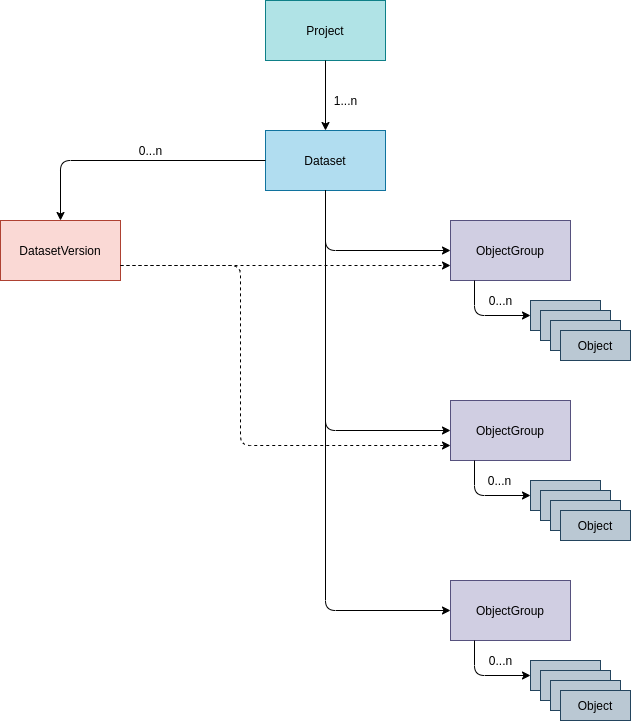
Before: images/SciObjsDB-schema.png, a diagram exported from draw.io (ArunaStorage/documentation). Source tidied: cells renumbered, new cells last; positions are measured from the earlier drawing's top-left corner, leaving out a move shared by most shapes.
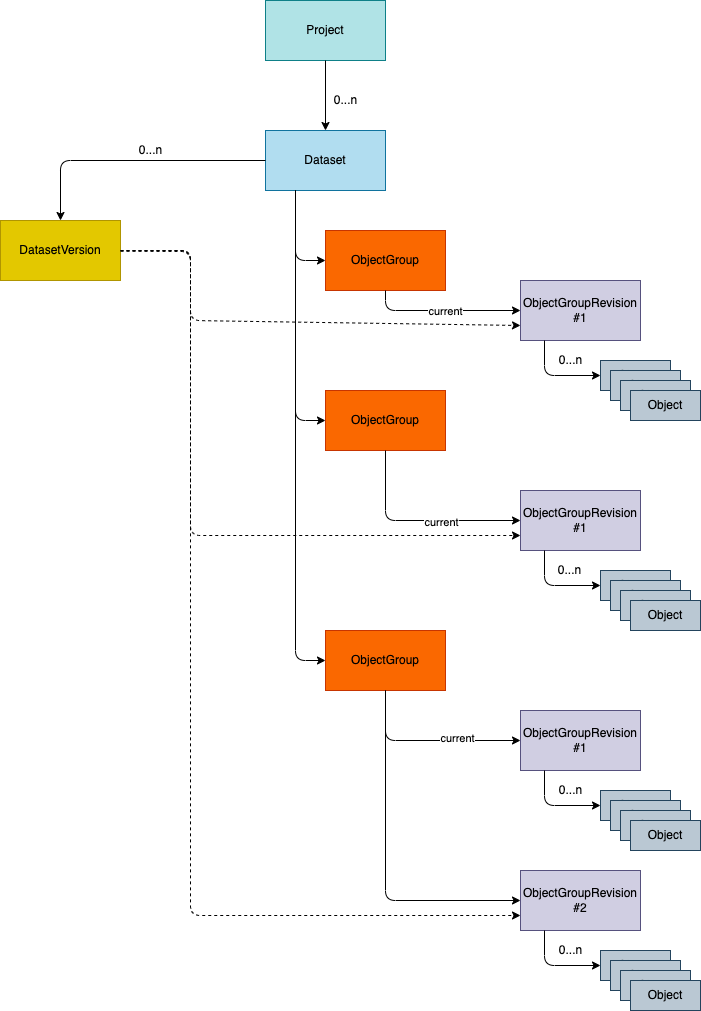
After the commit.

The edit, as a diff of the source:
```diff
@@ -11,108 +11,87 @@
     <mxCell id="4" style="endArrow=classic;html=1;exitX=0.5;exitY=1;exitDx=0;exitDy=0;entryX=0.5;entryY=0;entryDx=0;entryDy=0;" parent="1" edge="1" source="3" target="2">
       <mxGeometry relative="1" as="geometry" />
     </mxCell>
-    <mxCell id="5" value="ObjectGroup" style="rounded=0;whiteSpace=wrap;html=1;fillColor=#d0cee2;strokeColor=#56517e;" parent="1" vertex="1">
-      <mxGeometry x="450" y="220" width="120" height="60" as="geometry" />
+    <mxCell id="5" value="ObjectGroupRevision&lt;br&gt;#1" style="rounded=0;whiteSpace=wrap;html=1;fillColor=#d0cee2;strokeColor=#56517e;" parent="1" vertex="1">
+      <mxGeometry x="520" y="280" width="120" height="60" as="geometry" />
     </mxCell>
-    <mxCell id="6" value="ObjectGroup" style="rounded=0;whiteSpace=wrap;html=1;fillColor=#d0cee2;strokeColor=#56517e;" parent="1" vertex="1">
-      <mxGeometry x="450" y="400" width="120" height="60" as="geometry" />
+    <mxCell id="6" value="ObjectGroupRevision&lt;br&gt;#1" style="rounded=0;whiteSpace=wrap;html=1;fillColor=#d0cee2;strokeColor=#56517e;" parent="1" vertex="1">
+      <mxGeometry x="520" y="490" width="120" height="60" as="geometry" />
     </mxCell>
-    <mxCell id="7" value="ObjectGroup" style="rounded=0;whiteSpace=wrap;html=1;fillColor=#d0cee2;strokeColor=#56517e;" parent="1" vertex="1">
-      <mxGeometry x="450" y="580" width="120" height="60" as="geometry" />
+    <mxCell id="7" value="ObjectGroupRevision&lt;br&gt;#1" style="rounded=0;whiteSpace=wrap;html=1;fillColor=#d0cee2;strokeColor=#56517e;" parent="1" vertex="1">
+      <mxGeometry x="520" y="710" width="120" height="60" as="geometry" />
     </mxCell>
     <mxCell id="8" value="Object" style="rounded=0;whiteSpace=wrap;html=1;fillColor=#bac8d3;strokeColor=#23445d;" parent="1" vertex="1">
-      <mxGeometry x="530" y="300" width="70" height="30" as="geometry" />
+      <mxGeometry x="600" y="360" width="70" height="30" as="geometry" />
     </mxCell>
     <mxCell id="9" value="Object" style="rounded=0;whiteSpace=wrap;html=1;fillColor=#bac8d3;strokeColor=#23445d;" parent="1" vertex="1">
-      <mxGeometry x="540" y="310" width="70" height="30" as="geometry" />
+      <mxGeometry x="610" y="370" width="70" height="30" as="geometry" />
     </mxCell>
     <mxCell id="10" value="Object" style="rounded=0;whiteSpace=wrap;html=1;fillColor=#bac8d3;strokeColor=#23445d;" parent="1" vertex="1">
-      <mxGeometry x="550" y="320" width="70" height="30" as="geometry" />
+      <mxGeometry x="620" y="380" width="70" height="30" as="geometry" />
     </mxCell>
     <mxCell id="11" value="Object" style="rounded=0;whiteSpace=wrap;html=1;fillColor=#bac8d3;strokeColor=#23445d;" parent="1" vertex="1">
-      <mxGeometry x="560" y="330" width="70" height="30" as="geometry" />
+      <mxGeometry x="630" y="390" width="70" height="30" as="geometry" />
     </mxCell>
     <mxCell id="12" style="endArrow=classic;html=1;exitX=0.2;exitY=1;exitDx=0;exitDy=0;exitPerimeter=0;entryX=0;entryY=0.5;entryDx=0;entryDy=0;" parent="1" edge="1" source="5" target="8">
       <mxGeometry relative="1" as="geometry">
         <Array as="points">
-          <mxPoint x="474" y="315" />
+          <mxPoint x="544" y="375" />
         </Array>
       </mxGeometry>
     </mxCell>
     <mxCell id="13" value="0...n" style="text;html=1;align=center;verticalAlign=middle;strokeColor=none;" parent="1" vertex="1">
-      <mxGeometry x="480" y="290" width="40" height="20" as="geometry" />
+      <mxGeometry x="550" y="350" width="40" height="20" as="geometry" />
     </mxCell>
     <mxCell id="14" value="Object" style="rounded=0;whiteSpace=wrap;html=1;fillColor=#bac8d3;strokeColor=#23445d;" parent="1" vertex="1">
-      <mxGeometry x="530" y="480" width="70" height="30" as="geometry" />
+      <mxGeometry x="600" y="570" width="70" height="30" as="geometry" />
     </mxCell>
     <mxCell id="15" value="Object" style="rounded=0;whiteSpace=wrap;html=1;fillColor=#bac8d3;strokeColor=#23445d;" parent="1" vertex="1">
-      <mxGeometry x="540" y="490" width="70" height="30" as="geometry" />
+      <mxGeometry x="610" y="580" width="70" height="30" as="geometry" />
     </mxCell>
     <mxCell id="16" value="Object" style="rounded=0;whiteSpace=wrap;html=1;fillColor=#bac8d3;strokeColor=#23445d;" parent="1" vertex="1">
-      <mxGeometry x="550" y="500" width="70" height="30" as="geometry" />
+      <mxGeometry x="620" y="590" width="70" height="30" as="geometry" />
     </mxCell>
     <mxCell id="17" value="Object" style="rounded=0;whiteSpace=wrap;html=1;fillColor=#bac8d3;strokeColor=#23445d;" parent="1" vertex="1">
-      <mxGeometry x="560" y="510" width="70" height="30" as="geometry" />
+      <mxGeometry x="630" y="600" width="70" height="30" as="geometry" />
     </mxCell>
     <mxCell id="18" style="endArrow=classic;html=1;exitX=0.2;exitY=1;exitDx=0;exitDy=0;exitPerimeter=0;entryX=0;entryY=0.5;entryDx=0;entryDy=0;" parent="1" edge="1" target="14">
       <mxGeometry relative="1" as="geometry">
-        <mxPoint x="474" y="460" as="sourcePoint" />
+        <mxPoint x="544" y="550" as="sourcePoint" />
         <Array as="points">
-          <mxPoint x="474" y="495" />
+          <mxPoint x="544" y="585" />
         </Array>
       </mxGeometry>
     </mxCell>
     <mxCell id="19" value="0...n" style="text;html=1;align=center;verticalAlign=middle;" parent="1" vertex="1">
-      <mxGeometry x="479" y="470" width="40" height="20" as="geometry" />
+      <mxGeometry x="549" y="560" width="40" height="20" as="geometry" />
     </mxCell>
     <mxCell id="20" value="Object" style="rounded=0;whiteSpace=wrap;html=1;fillColor=#bac8d3;strokeColor=#23445d;" parent="1" vertex="1">
-      <mxGeometry x="530" y="660" width="70" height="30" as="geometry" />
+      <mxGeometry x="600" y="790" width="70" height="30" as="geometry" />
     </mxCell>
     <mxCell id="21" value="Object" style="rounded=0;whiteSpace=wrap;html=1;fillColor=#bac8d3;strokeColor=#23445d;" parent="1" vertex="1">
-      <mxGeometry x="540" y="670" width="70" height="30" as="geometry" />
+      <mxGeometry x="610" y="800" width="70" height="30" as="geometry" />
     </mxCell>
     <mxCell id="22" value="Object" style="rounded=0;whiteSpace=wrap;html=1;fillColor=#bac8d3;strokeColor=#23445d;" parent="1" vertex="1">
-      <mxGeometry x="550" y="680" width="70" height="30" as="geometry" />
+      <mxGeometry x="620" y="810" width="70" height="30" as="geometry" />
     </mxCell>
     <mxCell id="23" value="Object" style="rounded=0;whiteSpace=wrap;html=1;fillColor=#bac8d3;strokeColor=#23445d;" parent="1" vertex="1">
-      <mxGeometry x="560" y="690" width="70" height="30" as="geometry" />
+      <mxGeometry x="630" y="820" width="70" height="30" as="geometry" />
     </mxCell>
     <mxCell id="24" style="endArrow=classic;html=1;exitX=0.2;exitY=1;exitDx=0;exitDy=0;exitPerimeter=0;entryX=0;entryY=0.5;entryDx=0;entryDy=0;" parent="1" edge="1" target="20">
       <mxGeometry relative="1" as="geometry">
-        <mxPoint x="474" y="640" as="sourcePoint" />
+        <mxPoint x="544" y="770" as="sourcePoint" />
         <Array as="points">
-          <mxPoint x="474" y="675" />
+          <mxPoint x="544" y="805" />
         </Array>
       </mxGeometry>
     </mxCell>
     <mxCell id="25" value="0...n" style="text;html=1;align=center;verticalAlign=middle;strokeColor=none;" parent="1" vertex="1">
-      <mxGeometry x="480" y="650" width="40" height="20" as="geometry" />
+      <mxGeometry x="550" y="780" width="40" height="20" as="geometry" />
     </mxCell>
-    <mxCell id="26" style="endArrow=classic;html=1;exitX=0.5;exitY=1;exitDx=0;exitDy=0;entryX=0;entryY=0.5;entryDx=0;entryDy=0;" parent="1" edge="1" source="2" target="5">
-      <mxGeometry relative="1" as="geometry">
-        <Array as="points">
-          <mxPoint x="325" y="250" />
-        </Array>
-      </mxGeometry>
-    </mxCell>
-    <mxCell id="27" style="endArrow=classic;html=1;exitX=0.5;exitY=1;exitDx=0;exitDy=0;entryX=0;entryY=0.5;entryDx=0;entryDy=0;" parent="1" edge="1" source="2" target="6">
-      <mxGeometry relative="1" as="geometry">
-        <Array as="points">
-          <mxPoint x="325" y="430" />
-        </Array>
-      </mxGeometry>
-    </mxCell>
-    <mxCell id="28" style="endArrow=classic;html=1;exitX=0.5;exitY=1;exitDx=0;exitDy=0;entryX=0;entryY=0.5;entryDx=0;entryDy=0;" parent="1" edge="1" source="2" target="7">
-      <mxGeometry relative="1" as="geometry">
-        <Array as="points">
-          <mxPoint x="325" y="610" />
-        </Array>
-      </mxGeometry>
-    </mxCell>
-    <mxCell id="29" value="1...n" style="text;html=1;align=center;verticalAlign=middle;strokeColor=none;" parent="1" vertex="1">
+    <mxCell id="29" value="0...n" style="text;html=1;align=center;verticalAlign=middle;strokeColor=none;" parent="1" vertex="1">
       <mxGeometry x="325" y="90" width="40" height="20" as="geometry" />
     </mxCell>
-    <mxCell id="30" value="DatasetVersion" style="rounded=0;whiteSpace=wrap;html=1;fillColor=#fad9d5;strokeColor=#ae4132;" parent="1" vertex="1">
+    <mxCell id="30" value="DatasetVersion" style="rounded=0;whiteSpace=wrap;html=1;fillColor=#e3c800;strokeColor=#B09500;fontColor=#000000;" parent="1" vertex="1">
       <mxGeometry y="220" width="120" height="60" as="geometry" />
     </mxCell>
     <mxCell id="31" style="endArrow=classic;html=1;exitX=0;exitY=0.5;exitDx=0;exitDy=0;entryX=0.5;entryY=0;entryDx=0;entryDy=0;" parent="1" edge="1" source="2" target="30">
@@ -122,19 +101,126 @@
         </Array>
       </mxGeometry>
     </mxCell>
+    <mxCell id="34" value="0...n" style="text;html=1;align=center;verticalAlign=middle;strokeColor=none;" parent="1" vertex="1">
+      <mxGeometry x="130" y="140" width="40" height="20" as="geometry" />
+    </mxCell>
+    <mxCell id="35" value="ObjectGroupRevision&lt;br&gt;#2" style="rounded=0;whiteSpace=wrap;html=1;fillColor=#d0cee2;strokeColor=#56517e;" parent="1" vertex="1">
+      <mxGeometry x="520" y="870" width="120" height="60" as="geometry" />
+    </mxCell>
+    <mxCell id="36" value="Object" style="rounded=0;whiteSpace=wrap;html=1;fillColor=#bac8d3;strokeColor=#23445d;" parent="1" vertex="1">
+      <mxGeometry x="600" y="950" width="70" height="30" as="geometry" />
+    </mxCell>
+    <mxCell id="37" value="Object" style="rounded=0;whiteSpace=wrap;html=1;fillColor=#bac8d3;strokeColor=#23445d;" parent="1" vertex="1">
+      <mxGeometry x="610" y="960" width="70" height="30" as="geometry" />
+    </mxCell>
+    <mxCell id="38" value="Object" style="rounded=0;whiteSpace=wrap;html=1;fillColor=#bac8d3;strokeColor=#23445d;" parent="1" vertex="1">
+      <mxGeometry x="620" y="970" width="70" height="30" as="geometry" />
+    </mxCell>
+    <mxCell id="39" value="Object" style="rounded=0;whiteSpace=wrap;html=1;fillColor=#bac8d3;strokeColor=#23445d;" parent="1" vertex="1">
+      <mxGeometry x="630" y="980" width="70" height="30" as="geometry" />
+    </mxCell>
+    <mxCell id="40" style="endArrow=classic;html=1;exitX=0.2;exitY=1;exitDx=0;exitDy=0;exitPerimeter=0;entryX=0;entryY=0.5;entryDx=0;entryDy=0;" parent="1" edge="1" target="36">
+      <mxGeometry relative="1" as="geometry">
+        <mxPoint x="544" y="930" as="sourcePoint" />
+        <Array as="points">
+          <mxPoint x="544" y="965" />
+        </Array>
+      </mxGeometry>
+    </mxCell>
+    <mxCell id="41" value="0...n" style="text;html=1;align=center;verticalAlign=middle;strokeColor=none;" parent="1" vertex="1">
+      <mxGeometry x="550" y="940" width="40" height="20" as="geometry" />
+    </mxCell>
+    <mxCell id="42" value="ObjectGroup" style="rounded=0;whiteSpace=wrap;html=1;fillColor=#fa6800;fontColor=#000000;strokeColor=#C73500;" parent="1" vertex="1">
+      <mxGeometry x="325" y="230" width="120" height="60" as="geometry" />
+    </mxCell>
+    <mxCell id="43" style="endArrow=classic;html=1;exitX=0.25;exitY=1;exitDx=0;exitDy=0;entryX=0;entryY=0.5;entryDx=0;entryDy=0;" parent="1" edge="1" source="2" target="42">
+      <mxGeometry relative="1" as="geometry">
+        <Array as="points">
+          <mxPoint x="295" y="260" />
+        </Array>
+      </mxGeometry>
+    </mxCell>
+    <mxCell id="44" style="endArrow=classic;html=1;exitX=0.5;exitY=1;exitDx=0;exitDy=0;entryX=0;entryY=0.5;entryDx=0;entryDy=0;" parent="1" edge="1" source="42" target="5">
+      <mxGeometry relative="1" as="geometry">
+        <Array as="points">
+          <mxPoint x="385" y="310" />
+        </Array>
+      </mxGeometry>
+    </mxCell>
+    <mxCell id="45" value="current" style="edgeLabel;html=1;align=center;verticalAlign=middle;" parent="44" vertex="1">
+      <mxGeometry x="0.02" relative="1" as="geometry" />
+    </mxCell>
+    <mxCell id="46" value="ObjectGroup" style="rounded=0;whiteSpace=wrap;html=1;fillColor=#fa6800;fontColor=#000000;strokeColor=#C73500;" parent="1" vertex="1">
+      <mxGeometry x="325" y="390" width="120" height="60" as="geometry" />
+    </mxCell>
+    <mxCell id="47" style="endArrow=classic;html=1;exitX=0.25;exitY=1;exitDx=0;exitDy=0;entryX=0;entryY=0.5;entryDx=0;entryDy=0;" parent="1" edge="1" source="2" target="46">
+      <mxGeometry relative="1" as="geometry">
+        <Array as="points">
+          <mxPoint x="295" y="420" />
+        </Array>
+      </mxGeometry>
+    </mxCell>
+    <mxCell id="48" value="ObjectGroup" style="rounded=0;whiteSpace=wrap;html=1;fillColor=#fa6800;fontColor=#000000;strokeColor=#C73500;" parent="1" vertex="1">
+      <mxGeometry x="325" y="630" width="120" height="60" as="geometry" />
+    </mxCell>
+    <mxCell id="49" style="endArrow=classic;html=1;exitX=0.25;exitY=1;exitDx=0;exitDy=0;entryX=0;entryY=0.5;entryDx=0;entryDy=0;" parent="1" edge="1" source="2" target="48">
+      <mxGeometry relative="1" as="geometry">
+        <Array as="points">
+          <mxPoint x="295" y="660" />
+        </Array>
+      </mxGeometry>
+    </mxCell>
+    <mxCell id="50" style="endArrow=classic;html=1;exitX=0.5;exitY=1;exitDx=0;exitDy=0;entryX=0;entryY=0.5;entryDx=0;entryDy=0;" parent="1" edge="1" source="46" target="6">
+      <mxGeometry relative="1" as="geometry">
+        <Array as="points">
+          <mxPoint x="385" y="520" />
+        </Array>
+      </mxGeometry>
+    </mxCell>
+    <mxCell id="51" value="current" style="edgeLabel;html=1;align=center;verticalAlign=middle;" parent="50" vertex="1">
+      <mxGeometry x="0.22" y="-1" relative="1" as="geometry" />
+    </mxCell>
+    <mxCell id="52" style="endArrow=classic;html=1;entryX=0;entryY=0.5;entryDx=0;entryDy=0;exitX=0.5;exitY=1;exitDx=0;exitDy=0;" parent="1" edge="1" source="48" target="7">
+      <mxGeometry relative="1" as="geometry">
+        <Array as="points">
+          <mxPoint x="385" y="740" />
+        </Array>
+      </mxGeometry>
+    </mxCell>
+    <mxCell id="53" value="current" style="edgeLabel;html=1;align=center;verticalAlign=middle;" parent="52" vertex="1">
+      <mxGeometry x="0.31" y="3" relative="1" as="geometry" />
+    </mxCell>
+    <mxCell id="54" style="endArrow=classic;html=1;exitX=0.5;exitY=1;exitDx=0;exitDy=0;entryX=0;entryY=0.5;entryDx=0;entryDy=0;" parent="1" edge="1" source="48" target="35">
+      <mxGeometry relative="1" as="geometry">
+        <Array as="points">
+          <mxPoint x="385" y="900" />
+        </Array>
+      </mxGeometry>
+    </mxCell>
-    <mxCell id="32" style="endArrow=classic;html=1;dashed=1;exitX=1;exitY=0.75;exitDx=0;exitDy=0;entryX=0;entryY=0.75;entryDx=0;entryDy=0;" parent="1" edge="1" source="30" target="5">
-      <mxGeometry relative="1" as="geometry" />
+    <mxCell id="32" style="endArrow=classic;html=1;exitX=1;exitY=0.5;exitDx=0;exitDy=0;entryX=0;entryY=0.75;entryDx=0;entryDy=0;dashed=1;" parent="1" edge="1" source="30" target="5">
+      <mxGeometry relative="1" as="geometry">
+        <Array as="points">
+          <mxPoint x="190" y="250" />
+          <mxPoint x="190" y="320" />
+        </Array>
+      </mxGeometry>
     </mxCell>
-    <mxCell id="33" style="endArrow=classic;html=1;dashed=1;exitX=1;exitY=0.75;exitDx=0;exitDy=0;entryX=0;entryY=0.75;entryDx=0;entryDy=0;" parent="1" edge="1" source="30" target="6">
+    <mxCell id="33" style="endArrow=classic;html=1;dashed=1;exitX=1;exitY=0.5;exitDx=0;exitDy=0;entryX=0;entryY=0.75;entryDx=0;entryDy=0;" parent="1" edge="1" source="30" target="6">
       <mxGeometry relative="1" as="geometry">
         <Array as="points">
-          <mxPoint x="240" y="265" />
-          <mxPoint x="240" y="445" />
+          <mxPoint x="190" y="250" />
+          <mxPoint x="190" y="535" />
         </Array>
       </mxGeometry>
     </mxCell>
-    <mxCell id="34" value="0...n" style="text;html=1;align=center;verticalAlign=middle;strokeColor=none;" parent="1" vertex="1">
-      <mxGeometry x="130" y="140" width="40" height="20" as="geometry" />
-    </mxCell>
+    <mxCell id="55" style="endArrow=classic;html=1;dashed=1;entryX=0;entryY=0.75;entryDx=0;entryDy=0;" parent="1" edge="1" target="35">
+      <mxGeometry relative="1" as="geometry">
+        <mxPoint x="120" y="250.8" as="sourcePoint" />
+        <Array as="points">
+          <mxPoint x="190" y="251" />
+          <mxPoint x="190" y="915" />
+        </Array>
+      </mxGeometry>
+    </mxCell>
   </root>
 </mxGraphModel>
```
